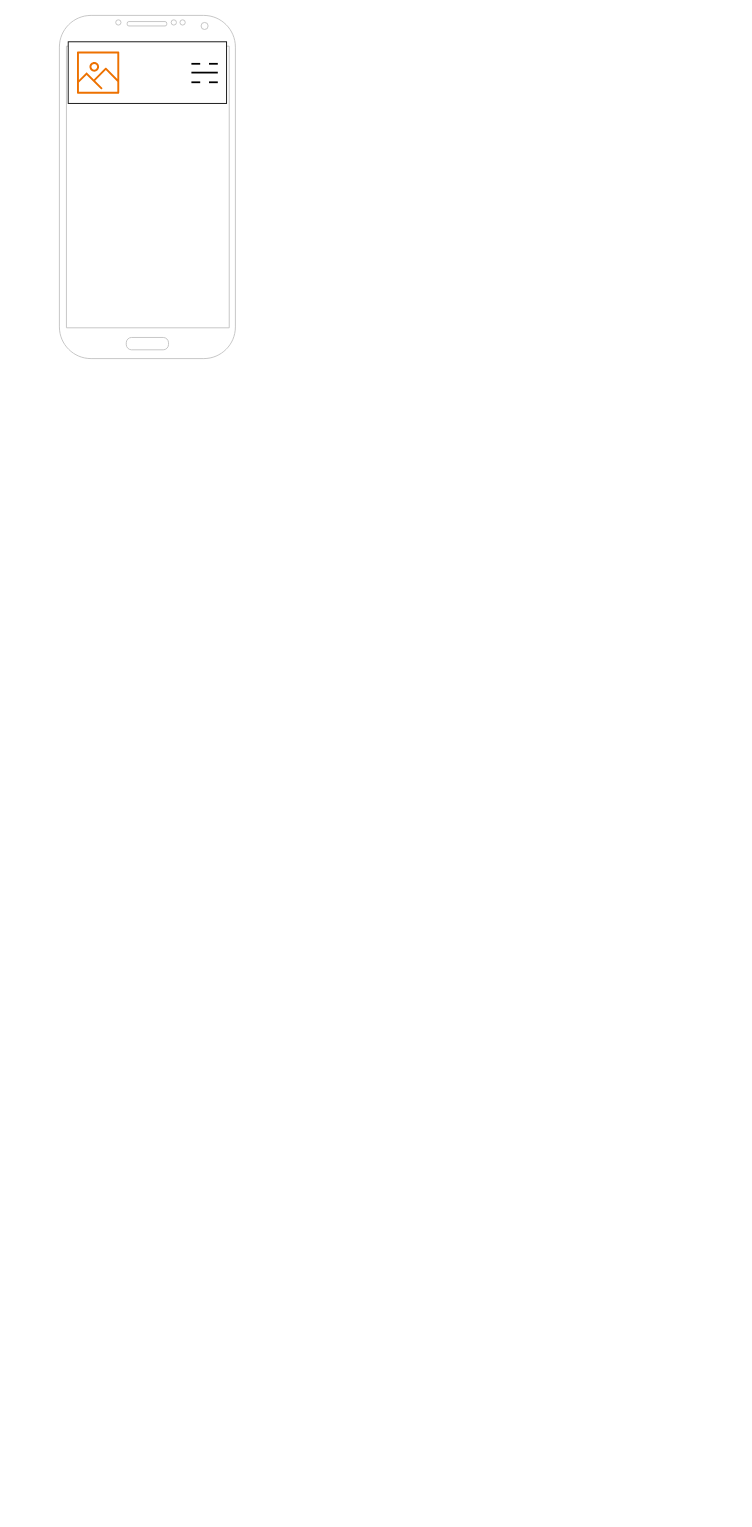
The draw.io diagram doc/Peças.drawio in EddCarrilho/BMW, before the edit. Source tidied: cells renumbered, new cells numbered last; positions are measured from the earlier drawing's top-left corner, leaving out a move shared by most shapes. Both pictures are drawn from the tidied source at 88%, with x=0, y=0 at pixel (59, 15).
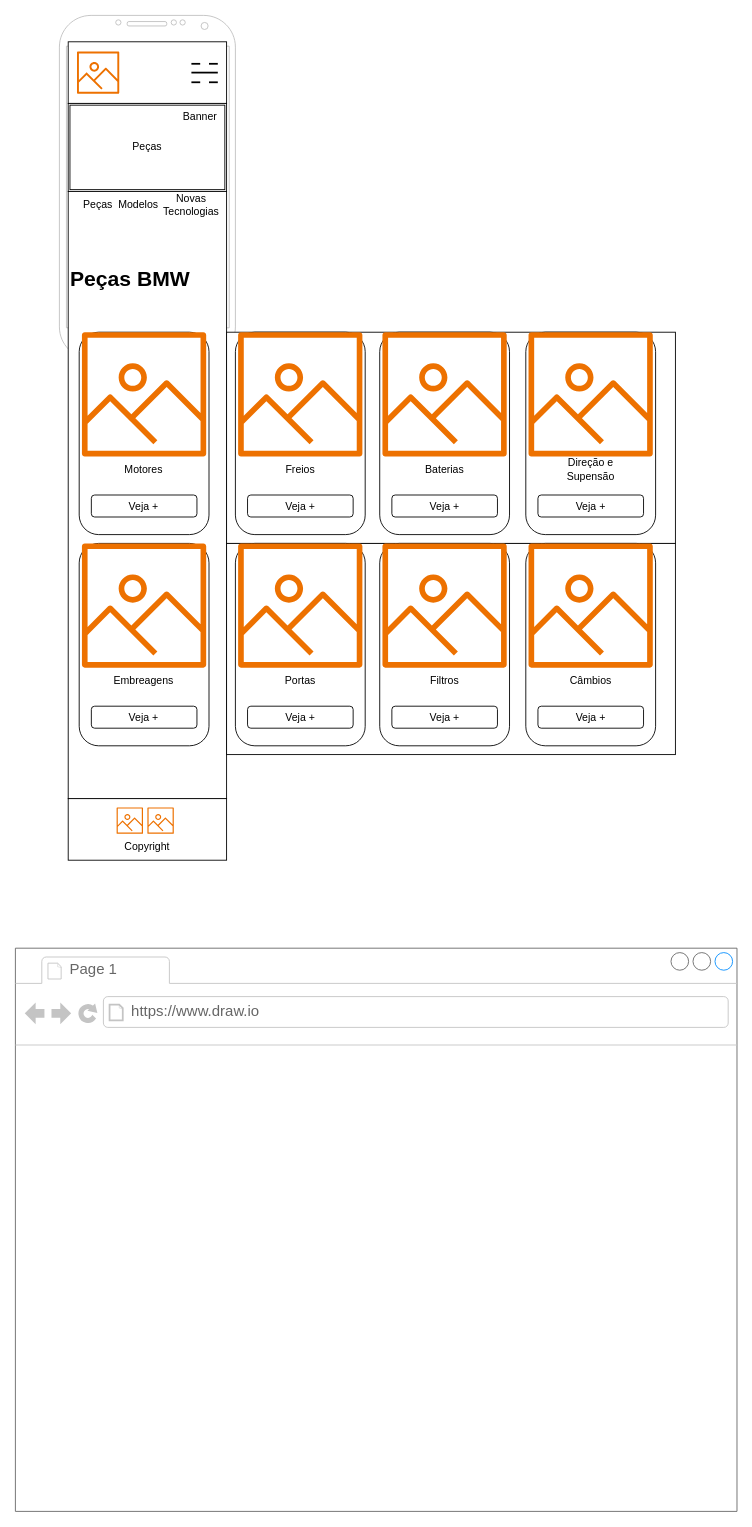
After the change.

Change to the diagram source:
```diff
@@
+    <mxCell id="10" style="rounded=0;whiteSpace=wrap;html=1;" parent="1" vertex="1">
+      <mxGeometry x="10" y="890" width="180" height="70" as="geometry" />
+    </mxCell>
@@
+    <mxCell id="11" value="Peças" style="shape=ext;double=1;rounded=0;whiteSpace=wrap;html=1;" parent="1" vertex="1">
+      <mxGeometry x="10" y="100" width="180" height="100" as="geometry" />
+    </mxCell>
+    <mxCell id="12" value="Banner" style="text;html=1;align=center;verticalAlign=middle;whiteSpace=wrap;rounded=0;" parent="1" vertex="1">
+      <mxGeometry x="130" y="100" width="60" height="30" as="geometry" />
+    </mxCell>
+    <mxCell id="13" style="rounded=0;whiteSpace=wrap;html=1;" parent="1" vertex="1">
+      <mxGeometry x="10" y="200" width="180" height="690" as="geometry" />
+    </mxCell>
+    <mxCell id="14" value="Peças" style="text;html=1;align=center;verticalAlign=middle;whiteSpace=wrap;rounded=0;" parent="1" vertex="1">
+      <mxGeometry x="14" y="200" width="60" height="30" as="geometry" />
+    </mxCell>
+    <mxCell id="15" value="Modelos" style="text;html=1;align=center;verticalAlign=middle;whiteSpace=wrap;rounded=0;" parent="1" vertex="1">
+      <mxGeometry x="60" y="200" width="60" height="30" as="geometry" />
+    </mxCell>
+    <mxCell id="16" value="Novas&lt;br&gt;Tecnologias" style="text;html=1;align=center;verticalAlign=middle;whiteSpace=wrap;rounded=0;" parent="1" vertex="1">
+      <mxGeometry x="120" y="200" width="60" height="30" as="geometry" />
+    </mxCell>
+    <mxCell id="17" value="Peças BMW" style="text;strokeColor=none;fillColor=none;html=1;fontSize=24;fontStyle=1;verticalAlign=middle;align=center;" parent="1" vertex="1">
+      <mxGeometry x="30" y="280" width="100" height="40" as="geometry" />
+    </mxCell>
+    <mxCell id="18" style="rounded=1;whiteSpace=wrap;html=1;" parent="1" vertex="1">
+      <mxGeometry x="22.5" y="360" width="147.5" height="230" as="geometry" />
+    </mxCell>
+    <mxCell id="19" style="sketch=0;fontColor=#232F3E;gradientColor=none;fillColor=#ED7100;strokeColor=none;dashed=0;verticalLabelPosition=bottom;verticalAlign=top;align=center;html=1;fontSize=12;fontStyle=0;shape=mxgraph.aws4.container_registry_image;" parent="1" vertex="1">
+      <mxGeometry x="25.6" y="360" width="141.2" height="141.2" as="geometry" />
+    </mxCell>
+    <mxCell id="20" value="Motores" style="text;html=1;align=center;verticalAlign=middle;whiteSpace=wrap;rounded=0;" parent="1" vertex="1">
+      <mxGeometry x="66.2" y="501.2" width="60" height="30" as="geometry" />
+    </mxCell>
+    <mxCell id="21" value="Veja +" style="rounded=1;whiteSpace=wrap;html=1;" parent="1" vertex="1">
+      <mxGeometry x="36.3" y="545" width="120" height="25" as="geometry" />
+    </mxCell>
+    <mxCell id="22" style="rounded=0;whiteSpace=wrap;html=1;" parent="1" vertex="1">
+      <mxGeometry x="190" y="360" width="510" height="240" as="geometry" />
+    </mxCell>
+    <mxCell id="23" style="rounded=1;whiteSpace=wrap;html=1;" parent="1" vertex="1">
+      <mxGeometry x="200" y="360" width="147.5" height="230" as="geometry" />
+    </mxCell>
+    <mxCell id="24" style="sketch=0;fontColor=#232F3E;gradientColor=none;fillColor=#ED7100;strokeColor=none;dashed=0;verticalLabelPosition=bottom;verticalAlign=top;align=center;html=1;fontSize=12;fontStyle=0;shape=mxgraph.aws4.container_registry_image;" parent="1" vertex="1">
+      <mxGeometry x="203.1" y="360" width="141.2" height="141.2" as="geometry" />
+    </mxCell>
+    <mxCell id="25" value="Freios" style="text;html=1;align=center;verticalAlign=middle;whiteSpace=wrap;rounded=0;" parent="1" vertex="1">
+      <mxGeometry x="243.8" y="501.2" width="60" height="30" as="geometry" />
+    </mxCell>
+    <mxCell id="26" value="Veja +" style="rounded=1;whiteSpace=wrap;html=1;" parent="1" vertex="1">
+      <mxGeometry x="213.8" y="545" width="120" height="25" as="geometry" />
+    </mxCell>
+    <mxCell id="27" style="rounded=1;whiteSpace=wrap;html=1;" parent="1" vertex="1">
+      <mxGeometry x="364" y="360" width="147.5" height="230" as="geometry" />
+    </mxCell>
+    <mxCell id="28" style="sketch=0;fontColor=#232F3E;gradientColor=none;fillColor=#ED7100;strokeColor=none;dashed=0;verticalLabelPosition=bottom;verticalAlign=top;align=center;html=1;fontSize=12;fontStyle=0;shape=mxgraph.aws4.container_registry_image;" parent="1" vertex="1">
+      <mxGeometry x="367.1" y="360" width="141.2" height="141.2" as="geometry" />
+    </mxCell>
+    <mxCell id="29" value="Baterias" style="text;html=1;align=center;verticalAlign=middle;whiteSpace=wrap;rounded=0;" parent="1" vertex="1">
+      <mxGeometry x="407.8" y="501.2" width="60" height="30" as="geometry" />
+    </mxCell>
+    <mxCell id="30" value="Veja +" style="rounded=1;whiteSpace=wrap;html=1;" parent="1" vertex="1">
+      <mxGeometry x="377.8" y="545" width="120" height="25" as="geometry" />
+    </mxCell>
+    <mxCell id="31" style="rounded=1;whiteSpace=wrap;html=1;" parent="1" vertex="1">
+      <mxGeometry x="530" y="360" width="147.5" height="230" as="geometry" />
+    </mxCell>
+    <mxCell id="32" style="sketch=0;fontColor=#232F3E;gradientColor=none;fillColor=#ED7100;strokeColor=none;dashed=0;verticalLabelPosition=bottom;verticalAlign=top;align=center;html=1;fontSize=12;fontStyle=0;shape=mxgraph.aws4.container_registry_image;" parent="1" vertex="1">
+      <mxGeometry x="533.1" y="360" width="141.2" height="141.2" as="geometry" />
+    </mxCell>
+    <mxCell id="33" value="Direção e Supensão" style="text;html=1;align=center;verticalAlign=middle;whiteSpace=wrap;rounded=0;" parent="1" vertex="1">
+      <mxGeometry x="573.8" y="501.2" width="60" height="30" as="geometry" />
+    </mxCell>
+    <mxCell id="34" value="Veja +" style="rounded=1;whiteSpace=wrap;html=1;" parent="1" vertex="1">
+      <mxGeometry x="543.8" y="545" width="120" height="25" as="geometry" />
+    </mxCell>
+    <mxCell id="35" style="rounded=1;whiteSpace=wrap;html=1;" parent="1" vertex="1">
+      <mxGeometry x="22.5" y="600" width="147.5" height="230" as="geometry" />
+    </mxCell>
+    <mxCell id="36" style="sketch=0;fontColor=#232F3E;gradientColor=none;fillColor=#ED7100;strokeColor=none;dashed=0;verticalLabelPosition=bottom;verticalAlign=top;align=center;html=1;fontSize=12;fontStyle=0;shape=mxgraph.aws4.container_registry_image;" parent="1" vertex="1">
+      <mxGeometry x="25.6" y="600" width="141.2" height="141.2" as="geometry" />
+    </mxCell>
+    <mxCell id="37" value="Embreagens" style="text;html=1;align=center;verticalAlign=middle;whiteSpace=wrap;rounded=0;" parent="1" vertex="1">
+      <mxGeometry x="66.2" y="741.2" width="60" height="30" as="geometry" />
+    </mxCell>
+    <mxCell id="38" value="Veja +" style="rounded=1;whiteSpace=wrap;html=1;" parent="1" vertex="1">
+      <mxGeometry x="36.3" y="785" width="120" height="25" as="geometry" />
+    </mxCell>
+    <mxCell id="39" style="rounded=0;whiteSpace=wrap;html=1;" parent="1" vertex="1">
+      <mxGeometry x="190" y="600" width="510" height="240" as="geometry" />
+    </mxCell>
+    <mxCell id="40" style="rounded=1;whiteSpace=wrap;html=1;" parent="1" vertex="1">
+      <mxGeometry x="200" y="600" width="147.5" height="230" as="geometry" />
+    </mxCell>
+    <mxCell id="41" style="sketch=0;fontColor=#232F3E;gradientColor=none;fillColor=#ED7100;strokeColor=none;dashed=0;verticalLabelPosition=bottom;verticalAlign=top;align=center;html=1;fontSize=12;fontStyle=0;shape=mxgraph.aws4.container_registry_image;" parent="1" vertex="1">
+      <mxGeometry x="203.1" y="600" width="141.2" height="141.2" as="geometry" />
+    </mxCell>
+    <mxCell id="42" value="Portas" style="text;html=1;align=center;verticalAlign=middle;whiteSpace=wrap;rounded=0;" parent="1" vertex="1">
+      <mxGeometry x="243.8" y="741.2" width="60" height="30" as="geometry" />
+    </mxCell>
+    <mxCell id="43" value="Veja +" style="rounded=1;whiteSpace=wrap;html=1;" parent="1" vertex="1">
+      <mxGeometry x="213.8" y="785" width="120" height="25" as="geometry" />
+    </mxCell>
+    <mxCell id="44" style="rounded=1;whiteSpace=wrap;html=1;" parent="1" vertex="1">
+      <mxGeometry x="364" y="600" width="147.5" height="230" as="geometry" />
+    </mxCell>
+    <mxCell id="45" style="sketch=0;fontColor=#232F3E;gradientColor=none;fillColor=#ED7100;strokeColor=none;dashed=0;verticalLabelPosition=bottom;verticalAlign=top;align=center;html=1;fontSize=12;fontStyle=0;shape=mxgraph.aws4.container_registry_image;" parent="1" vertex="1">
+      <mxGeometry x="367.1" y="600" width="141.2" height="141.2" as="geometry" />
+    </mxCell>
+    <mxCell id="46" value="Filtros" style="text;html=1;align=center;verticalAlign=middle;whiteSpace=wrap;rounded=0;" parent="1" vertex="1">
+      <mxGeometry x="407.8" y="741.2" width="60" height="30" as="geometry" />
+    </mxCell>
+    <mxCell id="47" value="Veja +" style="rounded=1;whiteSpace=wrap;html=1;" parent="1" vertex="1">
+      <mxGeometry x="377.8" y="785" width="120" height="25" as="geometry" />
+    </mxCell>
+    <mxCell id="48" style="rounded=1;whiteSpace=wrap;html=1;" parent="1" vertex="1">
+      <mxGeometry x="530" y="600" width="147.5" height="230" as="geometry" />
+    </mxCell>
+    <mxCell id="49" style="sketch=0;fontColor=#232F3E;gradientColor=none;fillColor=#ED7100;strokeColor=none;dashed=0;verticalLabelPosition=bottom;verticalAlign=top;align=center;html=1;fontSize=12;fontStyle=0;shape=mxgraph.aws4.container_registry_image;" parent="1" vertex="1">
+      <mxGeometry x="533.1" y="600" width="141.2" height="141.2" as="geometry" />
+    </mxCell>
+    <mxCell id="50" value="Câmbios" style="text;html=1;align=center;verticalAlign=middle;whiteSpace=wrap;rounded=0;" parent="1" vertex="1">
+      <mxGeometry x="573.8" y="741.2" width="60" height="30" as="geometry" />
+    </mxCell>
+    <mxCell id="51" value="Veja +" style="rounded=1;whiteSpace=wrap;html=1;" parent="1" vertex="1">
+      <mxGeometry x="543.8" y="785" width="120" height="25" as="geometry" />
+    </mxCell>
+    <mxCell id="52" style="sketch=0;fontColor=#232F3E;gradientColor=none;fillColor=#ED7100;strokeColor=none;dashed=0;verticalLabelPosition=bottom;verticalAlign=top;align=center;html=1;fontSize=12;fontStyle=0;shape=mxgraph.aws4.container_registry_image;" parent="1" vertex="1">
+      <mxGeometry x="100" y="900" width="30" height="30" as="geometry" />
+    </mxCell>
+    <mxCell id="53" style="sketch=0;fontColor=#232F3E;gradientColor=none;fillColor=#ED7100;strokeColor=none;dashed=0;verticalLabelPosition=bottom;verticalAlign=top;align=center;html=1;fontSize=12;fontStyle=0;shape=mxgraph.aws4.container_registry_image;" parent="1" vertex="1">
+      <mxGeometry x="65" y="900" width="30" height="30" as="geometry" />
+    </mxCell>
+    <mxCell id="54" value="Copyright" style="text;html=1;align=center;verticalAlign=middle;whiteSpace=wrap;rounded=0;" parent="1" vertex="1">
+      <mxGeometry x="70" y="930" width="60" height="30" as="geometry" />
+    </mxCell>
+    <mxCell id="55" style="strokeWidth=1;shadow=0;dashed=0;align=center;html=1;shape=mxgraph.mockup.containers.browserWindow;rSize=0;strokeColor=#666666;strokeColor2=#008cff;strokeColor3=#c4c4c4;mainText=,;" parent="1" vertex="1">
+      <mxGeometry x="-50" y="1060" width="820" height="640" as="geometry" />
+    </mxCell>
+    <mxCell id="56" value="Page 1" style="strokeWidth=1;shadow=0;dashed=0;align=center;html=1;shape=mxgraph.mockup.containers.anchor;fontSize=17;fontColor=#666666;align=left;whiteSpace=wrap;" parent="55" vertex="1">
+      <mxGeometry x="60" y="12" width="110" height="26" as="geometry" />
+    </mxCell>
+    <mxCell id="57" value="https://www.draw.io" style="strokeWidth=1;shadow=0;dashed=0;align=center;html=1;shape=mxgraph.mockup.containers.anchor;rSize=0;fontSize=17;fontColor=#666666;align=left;" parent="55" vertex="1">
+      <mxGeometry x="130" y="60" width="250" height="26" as="geometry" />
+    </mxCell>
```
